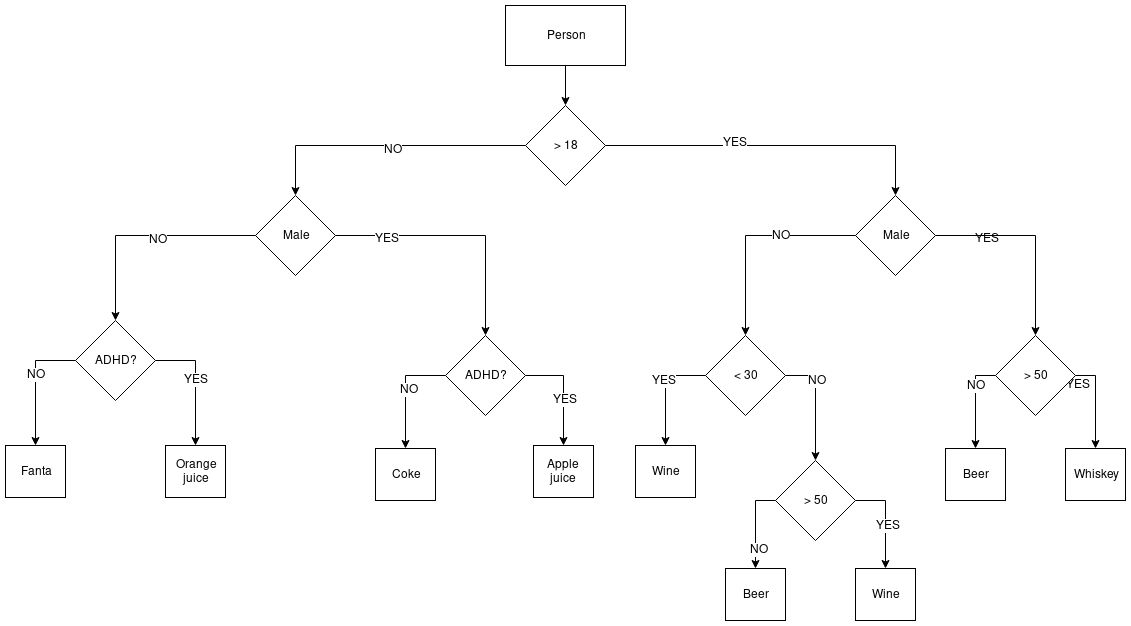
Above: assets/bartender-service.png in jacobduijzer/ArrowHeadAntiPatternChallenge (draw.io), before the change. Source tidied: cells renumbered, new cells last; positions are measured from the earlier drawing's top-left corner, leaving out a move shared by most shapes.
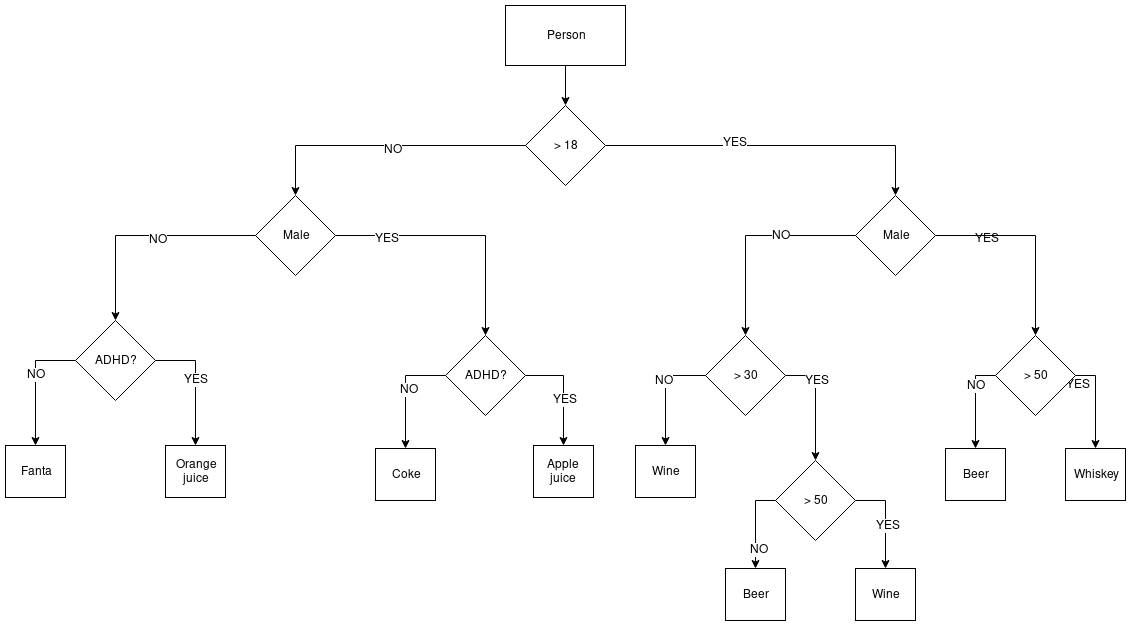
After the change.

Change to the diagram source:
```diff
@@ -53,16 +53,16 @@
     <mxCell id="18" style="edgeStyle=orthogonalEdgeStyle;rounded=0;jettySize=auto;html=1;entryX=0.5;entryY=0;entryDx=0;entryDy=0;" parent="1" edge="1" source="22" target="30">
       <mxGeometry relative="1" as="geometry" />
     </mxCell>
-    <mxCell id="19" value="YES" style="text;html=1;align=center;verticalAlign=middle;labelBackgroundColor=#ffffff;" parent="18" vertex="1">
+    <mxCell id="19" value="NO" style="text;html=1;align=center;verticalAlign=middle;labelBackgroundColor=#ffffff;" parent="18" vertex="1">
       <mxGeometry x="-0.2" y="-2" relative="1" as="geometry" />
     </mxCell>
     <mxCell id="20" style="edgeStyle=orthogonalEdgeStyle;rounded=0;jettySize=auto;html=1;entryX=0.5;entryY=0;entryDx=0;entryDy=0;exitX=1;exitY=0.5;exitDx=0;exitDy=0;" parent="1" edge="1" source="22" target="35">
       <mxGeometry relative="1" as="geometry" />
     </mxCell>
-    <mxCell id="21" value="NO" style="text;html=1;align=center;verticalAlign=middle;labelBackgroundColor=#ffffff;" parent="20" vertex="1">
+    <mxCell id="21" value="YES" style="text;html=1;align=center;verticalAlign=middle;labelBackgroundColor=#ffffff;" parent="20" vertex="1">
       <mxGeometry x="-0.42" y="1" relative="1" as="geometry" />
     </mxCell>
-    <mxCell id="22" value="&amp;lt; 30" style="rhombus;whiteSpace=wrap;html=1;" parent="1" vertex="1">
+    <mxCell id="22" value="&amp;gt; 30" style="rhombus;whiteSpace=wrap;html=1;" parent="1" vertex="1">
       <mxGeometry x="700" y="330" width="80" height="80" as="geometry" />
     </mxCell>
     <mxCell id="23" style="edgeStyle=orthogonalEdgeStyle;rounded=0;jettySize=auto;html=1;exitX=1;exitY=0.5;exitDx=0;exitDy=0;" parent="1" edge="1" source="27" target="29">
```
